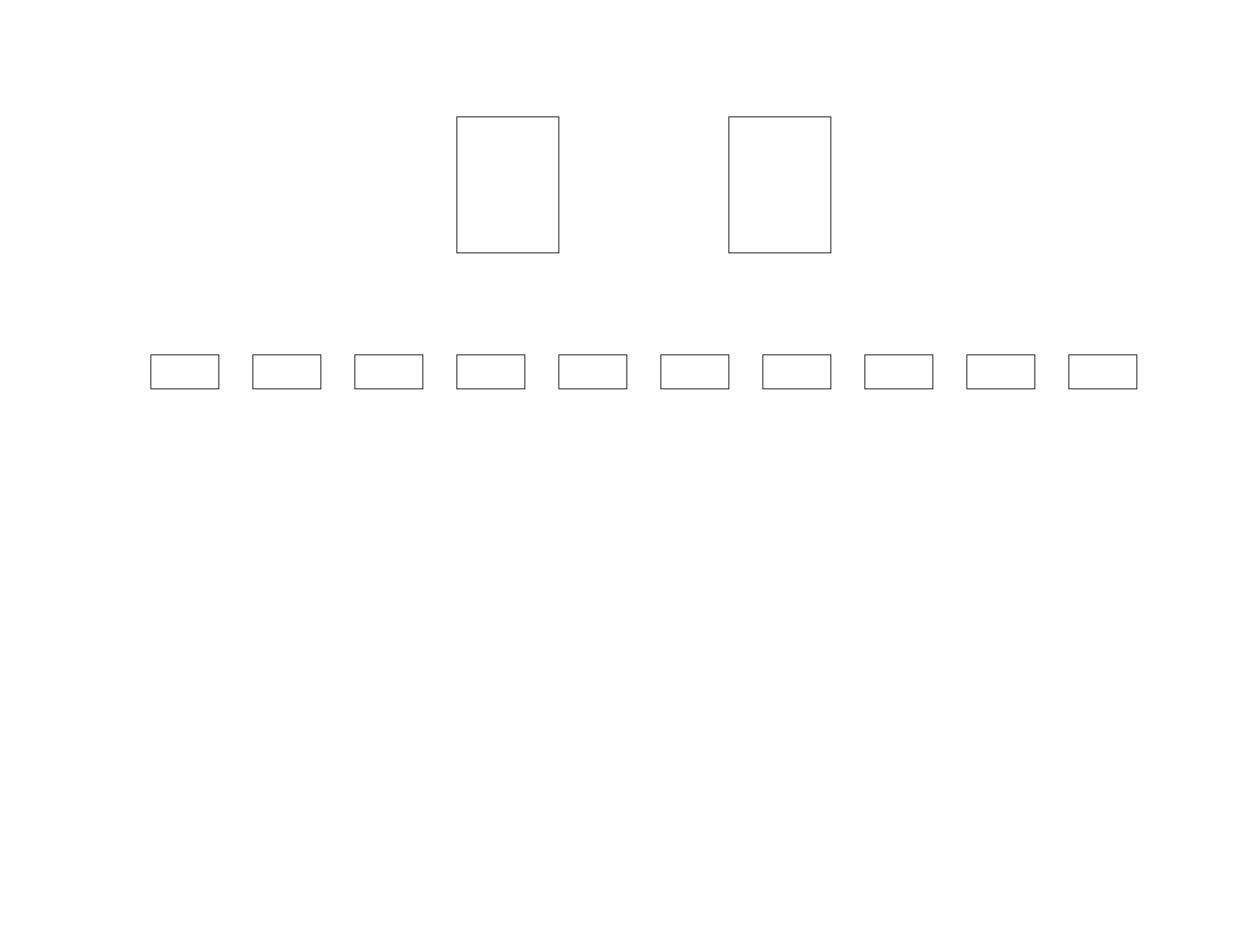
This is YanchenTopo.drawio from BEYHHH/SBLP, a draw.io file, before an edit. Source tidied: cells renumbered, new cells numbered last; positions are measured from the earlier drawing's top-left corner, leaving out a move shared by most shapes. Both pictures are drawn from the tidied source at 85%, with x=0, y=0 at pixel (150, 116).
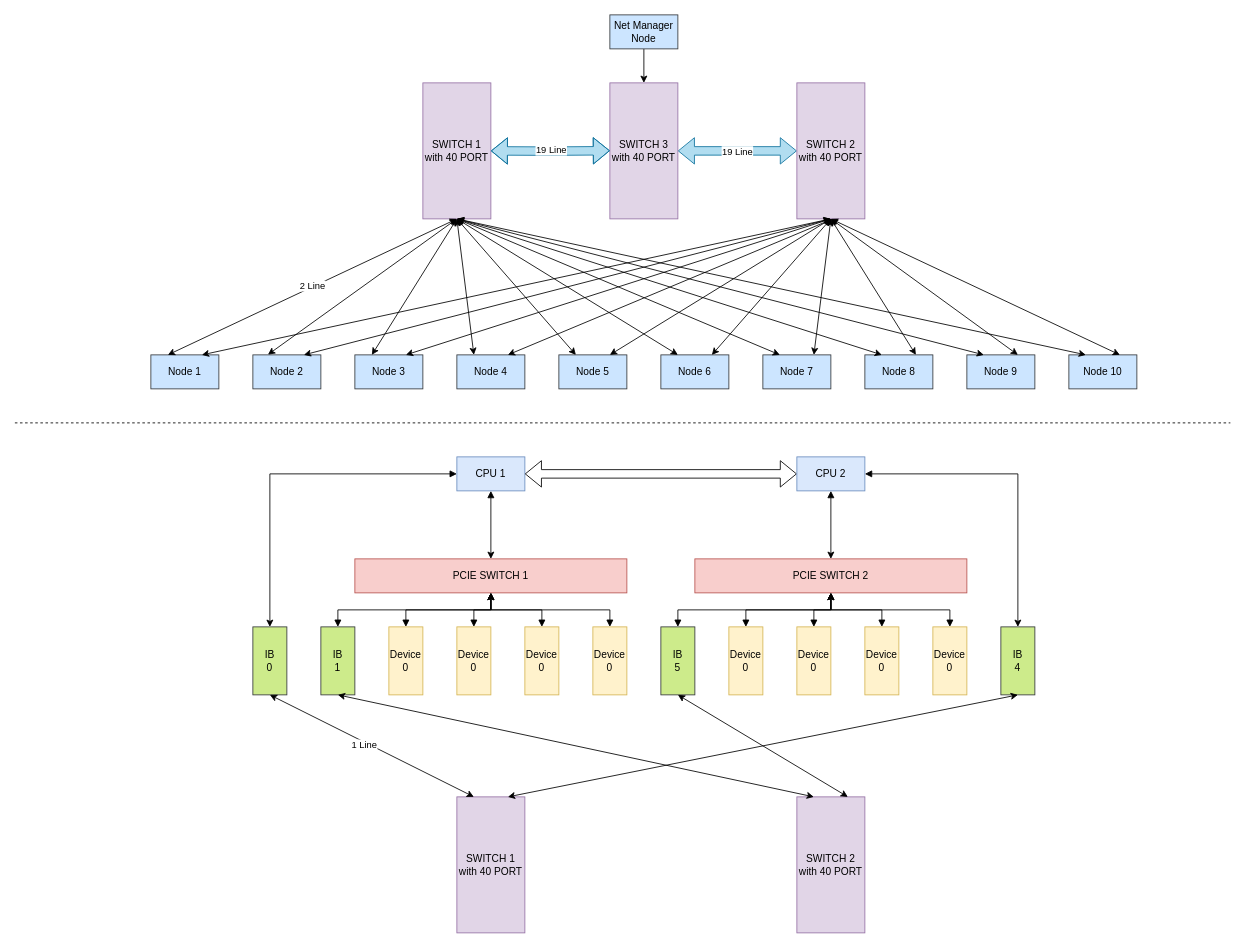
The same diagram, later.

Diff of the diagram source:
```diff
@@
-    <mxCell id="2" style="rounded=0;whiteSpace=wrap;html=1;" parent="1" vertex="1">
-      <mxGeometry x="360" width="120" height="160" as="geometry" />
+    <mxCell id="2" value="SWITCH 1&lt;br&gt;with 40 PORT" style="rounded=0;whiteSpace=wrap;html=1;fillColor=#e1d5e7;strokeColor=#9673a6;" parent="1" vertex="1">
+      <mxGeometry x="320" y="-40" width="80" height="160" as="geometry" />
     </mxCell>
+    <mxCell id="14" style="edgeStyle=orthogonalEdgeStyle;rounded=0;jettySize=auto;html=1;shape=flexArrow;startArrow=block;fillColor=#b1ddf0;strokeColor=#10739e;" parent="1" edge="1" source="3" target="35">
+      <mxGeometry relative="1" as="geometry" />
+    </mxCell>
+    <mxCell id="15" value="19 Line" style="edgeLabel;html=1;align=center;verticalAlign=middle;" parent="14" vertex="1">
+      <mxGeometry x="0.02" relative="1" as="geometry" />
+    </mxCell>
-    <mxCell id="3" style="rounded=0;whiteSpace=wrap;html=1;" parent="1" vertex="1">
-      <mxGeometry x="680" width="120" height="160" as="geometry" />
+    <mxCell id="3" value="SWITCH 2&lt;br&gt;with 40 PORT" style="rounded=0;whiteSpace=wrap;html=1;fillColor=#e1d5e7;strokeColor=#9673a6;" parent="1" vertex="1">
+      <mxGeometry x="760" y="-40" width="80" height="160" as="geometry" />
     </mxCell>
-    <mxCell id="4" style="rounded=0;whiteSpace=wrap;html=1;" parent="1" vertex="1">
+    <mxCell id="4" value="Node 3" style="rounded=0;whiteSpace=wrap;html=1;fillColor=#cce5ff;strokeColor=#36393d;" parent="1" vertex="1">
       <mxGeometry x="240" y="280" width="80" height="40" as="geometry" />
     </mxCell>
-    <mxCell id="5" style="rounded=0;whiteSpace=wrap;html=1;" parent="1" vertex="1">
+    <mxCell id="5" value="Node 4" style="rounded=0;whiteSpace=wrap;html=1;fillColor=#cce5ff;strokeColor=#36393d;" parent="1" vertex="1">
       <mxGeometry x="360" y="280" width="80" height="40" as="geometry" />
     </mxCell>
-    <mxCell id="6" style="rounded=0;whiteSpace=wrap;html=1;" parent="1" vertex="1">
+    <mxCell id="6" value="Node 5" style="rounded=0;whiteSpace=wrap;html=1;fillColor=#cce5ff;strokeColor=#36393d;" parent="1" vertex="1">
       <mxGeometry x="480" y="280" width="80" height="40" as="geometry" />
     </mxCell>
-    <mxCell id="7" style="rounded=0;whiteSpace=wrap;html=1;" parent="1" vertex="1">
+    <mxCell id="7" value="Node 6" style="rounded=0;whiteSpace=wrap;html=1;fillColor=#cce5ff;strokeColor=#36393d;" parent="1" vertex="1">
       <mxGeometry x="600" y="280" width="80" height="40" as="geometry" />
     </mxCell>
-    <mxCell id="8" style="rounded=0;whiteSpace=wrap;html=1;" parent="1" vertex="1">
+    <mxCell id="8" value="Node 8" style="rounded=0;whiteSpace=wrap;html=1;fillColor=#cce5ff;strokeColor=#36393d;" parent="1" vertex="1">
       <mxGeometry x="840" y="280" width="80" height="40" as="geometry" />
     </mxCell>
-    <mxCell id="9" style="rounded=0;whiteSpace=wrap;html=1;" parent="1" vertex="1">
+    <mxCell id="9" value="Node 7" style="rounded=0;whiteSpace=wrap;html=1;fillColor=#cce5ff;strokeColor=#36393d;" parent="1" vertex="1">
       <mxGeometry x="720" y="280" width="80" height="40" as="geometry" />
     </mxCell>
-    <mxCell id="10" style="rounded=0;whiteSpace=wrap;html=1;" parent="1" vertex="1">
+    <mxCell id="10" value="Node 2" style="rounded=0;whiteSpace=wrap;html=1;fillColor=#cce5ff;strokeColor=#36393d;" parent="1" vertex="1">
       <mxGeometry x="120" y="280" width="80" height="40" as="geometry" />
     </mxCell>
-    <mxCell id="11" style="rounded=0;whiteSpace=wrap;html=1;" parent="1" vertex="1">
+    <mxCell id="11" value="Node 1" style="rounded=0;whiteSpace=wrap;html=1;fillColor=#cce5ff;strokeColor=#36393d;" parent="1" vertex="1">
       <mxGeometry y="280" width="80" height="40" as="geometry" />
     </mxCell>
-    <mxCell id="12" style="rounded=0;whiteSpace=wrap;html=1;" parent="1" vertex="1">
+    <mxCell id="12" value="Node 9" style="rounded=0;whiteSpace=wrap;html=1;fillColor=#cce5ff;strokeColor=#36393d;" parent="1" vertex="1">
       <mxGeometry x="960" y="280" width="80" height="40" as="geometry" />
     </mxCell>
-    <mxCell id="13" style="rounded=0;whiteSpace=wrap;html=1;" parent="1" vertex="1">
+    <mxCell id="13" value="Node 10" style="rounded=0;whiteSpace=wrap;html=1;fillColor=#cce5ff;strokeColor=#36393d;" parent="1" vertex="1">
       <mxGeometry x="1080" y="280" width="80" height="40" as="geometry" />
     </mxCell>
+    <mxCell id="16" style="endArrow=classic;startArrow=classic;html=1;rounded=0;exitX=0.25;exitY=0;exitDx=0;exitDy=0;entryX=0.5;entryY=1;entryDx=0;entryDy=0;" parent="1" edge="1" source="11" target="2">
+      <mxGeometry relative="1" as="geometry" />
+    </mxCell>
+    <mxCell id="17" value="2 Line" style="edgeLabel;html=1;align=center;verticalAlign=middle;" parent="16" vertex="1">
+      <mxGeometry y="2" relative="1" as="geometry" />
+    </mxCell>
+    <mxCell id="18" style="endArrow=classic;startArrow=classic;html=1;rounded=0;entryX=0.5;entryY=1;entryDx=0;entryDy=0;exitX=0.75;exitY=0;exitDx=0;exitDy=0;" parent="1" edge="1" source="11" target="3">
+      <mxGeometry relative="1" as="geometry" />
+    </mxCell>
+    <mxCell id="19" style="endArrow=classic;startArrow=classic;html=1;rounded=0;exitX=0.222;exitY=-0.008;exitDx=0;exitDy=0;entryX=0.5;entryY=1;entryDx=0;entryDy=0;exitPerimeter=0;" parent="1" edge="1" source="10" target="2">
+      <mxGeometry relative="1" as="geometry" />
+    </mxCell>
+    <mxCell id="20" style="endArrow=classic;startArrow=classic;html=1;rounded=0;exitX=0.75;exitY=0;exitDx=0;exitDy=0;entryX=0.5;entryY=1;entryDx=0;entryDy=0;" parent="1" edge="1" source="10" target="3">
+      <mxGeometry relative="1" as="geometry" />
+    </mxCell>
+    <mxCell id="21" style="endArrow=classic;startArrow=classic;html=1;rounded=0;exitX=0.25;exitY=0;exitDx=0;exitDy=0;entryX=0.5;entryY=1;entryDx=0;entryDy=0;" parent="1" edge="1" source="4" target="2">
+      <mxGeometry relative="1" as="geometry" />
+    </mxCell>
+    <mxCell id="22" style="endArrow=classic;startArrow=classic;html=1;rounded=0;exitX=0.75;exitY=0;exitDx=0;exitDy=0;entryX=0.5;entryY=1;entryDx=0;entryDy=0;" parent="1" edge="1" source="4" target="3">
+      <mxGeometry relative="1" as="geometry" />
+    </mxCell>
+    <mxCell id="23" style="endArrow=classic;startArrow=classic;html=1;rounded=0;exitX=0.25;exitY=0;exitDx=0;exitDy=0;entryX=0.5;entryY=1;entryDx=0;entryDy=0;" parent="1" edge="1" source="5" target="2">
+      <mxGeometry relative="1" as="geometry" />
+    </mxCell>
+    <mxCell id="24" style="endArrow=classic;startArrow=classic;html=1;rounded=0;exitX=0.75;exitY=0;exitDx=0;exitDy=0;entryX=0.52;entryY=1.002;entryDx=0;entryDy=0;entryPerimeter=0;" parent="1" edge="1" source="5" target="3">
+      <mxGeometry relative="1" as="geometry" />
+    </mxCell>
+    <mxCell id="25" style="endArrow=classic;startArrow=classic;html=1;rounded=0;exitX=0.25;exitY=0;exitDx=0;exitDy=0;entryX=0.5;entryY=1;entryDx=0;entryDy=0;" parent="1" edge="1" source="6" target="2">
+      <mxGeometry relative="1" as="geometry" />
+    </mxCell>
+    <mxCell id="26" style="endArrow=classic;startArrow=classic;html=1;rounded=0;exitX=0.75;exitY=0;exitDx=0;exitDy=0;entryX=0.5;entryY=1;entryDx=0;entryDy=0;" parent="1" edge="1" source="6" target="3">
+      <mxGeometry relative="1" as="geometry" />
+    </mxCell>
+    <mxCell id="27" style="endArrow=classic;startArrow=classic;html=1;rounded=0;exitX=0.75;exitY=0;exitDx=0;exitDy=0;entryX=0.5;entryY=1;entryDx=0;entryDy=0;" parent="1" edge="1" source="7" target="3">
+      <mxGeometry relative="1" as="geometry" />
+    </mxCell>
+    <mxCell id="28" style="endArrow=classic;startArrow=classic;html=1;rounded=0;exitX=0.25;exitY=0;exitDx=0;exitDy=0;entryX=0.5;entryY=1;entryDx=0;entryDy=0;" parent="1" edge="1" source="7" target="2">
+      <mxGeometry relative="1" as="geometry" />
+    </mxCell>
+    <mxCell id="29" style="endArrow=classic;startArrow=classic;html=1;rounded=0;exitX=0.75;exitY=0;exitDx=0;exitDy=0;entryX=0.5;entryY=1;entryDx=0;entryDy=0;" parent="1" edge="1" source="9" target="3">
+      <mxGeometry relative="1" as="geometry" />
+    </mxCell>
+    <mxCell id="30" style="endArrow=classic;startArrow=classic;html=1;rounded=0;exitX=0.75;exitY=0;exitDx=0;exitDy=0;entryX=0.5;entryY=1;entryDx=0;entryDy=0;" parent="1" edge="1" source="8" target="3">
+      <mxGeometry relative="1" as="geometry" />
+    </mxCell>
+    <mxCell id="31" style="endArrow=classic;startArrow=classic;html=1;rounded=0;exitX=0.25;exitY=0;exitDx=0;exitDy=0;entryX=0.5;entryY=1;entryDx=0;entryDy=0;" parent="1" edge="1" source="9" target="2">
+      <mxGeometry relative="1" as="geometry" />
+    </mxCell>
+    <mxCell id="32" style="endArrow=classic;startArrow=classic;html=1;rounded=0;exitX=0.25;exitY=0;exitDx=0;exitDy=0;entryX=0.5;entryY=1;entryDx=0;entryDy=0;" parent="1" edge="1" source="12" target="2">
+      <mxGeometry relative="1" as="geometry" />
+    </mxCell>
+    <mxCell id="33" style="endArrow=classic;startArrow=classic;html=1;rounded=0;exitX=0.25;exitY=0;exitDx=0;exitDy=0;entryX=0.5;entryY=1;entryDx=0;entryDy=0;" parent="1" edge="1" source="8" target="2">
+      <mxGeometry relative="1" as="geometry" />
+    </mxCell>
+    <mxCell id="34" style="endArrow=classic;startArrow=classic;html=1;rounded=0;exitX=0.75;exitY=0;exitDx=0;exitDy=0;entryX=0.5;entryY=1;entryDx=0;entryDy=0;" parent="1" edge="1" source="12" target="3">
+      <mxGeometry relative="1" as="geometry" />
+    </mxCell>
+    <mxCell id="35" value="SWITCH 3&lt;br&gt;with 40 PORT" style="rounded=0;whiteSpace=wrap;html=1;fillColor=#e1d5e7;strokeColor=#9673a6;" parent="1" vertex="1">
+      <mxGeometry x="540" y="-40" width="80" height="160" as="geometry" />
+    </mxCell>
+    <mxCell id="36" style="edgeStyle=orthogonalEdgeStyle;rounded=0;jettySize=auto;html=1;shape=flexArrow;startArrow=block;entryX=1;entryY=0.5;entryDx=0;entryDy=0;fillColor=#b1ddf0;strokeColor=#10739e;" parent="1" edge="1" target="2">
+      <mxGeometry relative="1" as="geometry">
+        <mxPoint x="540" y="39.8" as="sourcePoint" />
+      </mxGeometry>
+    </mxCell>
+    <mxCell id="37" value="19 Line" style="edgeLabel;html=1;align=center;verticalAlign=middle;" parent="36" vertex="1">
+      <mxGeometry x="-0.01" y="-2" relative="1" as="geometry" />
+    </mxCell>
+    <mxCell id="38" style="endArrow=classic;startArrow=classic;html=1;rounded=0;exitX=0.75;exitY=0;exitDx=0;exitDy=0;entryX=0.5;entryY=1;entryDx=0;entryDy=0;" parent="1" edge="1" source="13" target="3">
+      <mxGeometry relative="1" as="geometry" />
+    </mxCell>
+    <mxCell id="39" style="endArrow=classic;startArrow=classic;html=1;rounded=0;exitX=0.25;exitY=0;exitDx=0;exitDy=0;entryX=0.5;entryY=1;entryDx=0;entryDy=0;" parent="1" edge="1" source="13" target="2">
+      <mxGeometry relative="1" as="geometry" />
+    </mxCell>
+    <mxCell id="40" style="edgeStyle=orthogonalEdgeStyle;rounded=0;jettySize=auto;html=1;startArrow=block;startFill=1;" parent="1" edge="1" source="41" target="45">
+      <mxGeometry relative="1" as="geometry" />
+    </mxCell>
+    <mxCell id="41" value="CPU 1" style="rounded=0;whiteSpace=wrap;html=1;fillColor=#dae8fc;strokeColor=#6c8ebf;" parent="1" vertex="1">
+      <mxGeometry x="360" y="400" width="80" height="40" as="geometry" />
+    </mxCell>
+    <mxCell id="42" style="edgeStyle=orthogonalEdgeStyle;rounded=0;jettySize=auto;html=1;shape=flexArrow;endArrow=block;startArrow=block;" parent="1" edge="1" source="44" target="41">
+      <mxGeometry relative="1" as="geometry" />
+    </mxCell>
+    <mxCell id="43" style="edgeStyle=orthogonalEdgeStyle;rounded=0;jettySize=auto;html=1;startArrow=block;startFill=1;" parent="1" edge="1" source="44" target="46">
+      <mxGeometry relative="1" as="geometry" />
+    </mxCell>
+    <mxCell id="44" value="CPU 2" style="rounded=0;whiteSpace=wrap;html=1;fillColor=#dae8fc;strokeColor=#6c8ebf;" parent="1" vertex="1">
+      <mxGeometry x="760" y="400" width="80" height="40" as="geometry" />
+    </mxCell>
+    <mxCell id="45" value="PCIE SWITCH 1" style="rounded=0;whiteSpace=wrap;html=1;fillColor=#f8cecc;strokeColor=#b85450;" parent="1" vertex="1">
+      <mxGeometry x="240" y="520" width="320" height="40" as="geometry" />
+    </mxCell>
+    <mxCell id="46" value="PCIE SWITCH 2" style="rounded=0;whiteSpace=wrap;html=1;fillColor=#f8cecc;strokeColor=#b85450;" parent="1" vertex="1">
+      <mxGeometry x="640" y="520" width="320" height="40" as="geometry" />
+    </mxCell>
+    <mxCell id="47" style="edgeStyle=orthogonalEdgeStyle;rounded=0;jettySize=auto;html=1;startArrow=block;startFill=1;" parent="1" edge="1" source="48" target="45">
+      <mxGeometry relative="1" as="geometry" />
+    </mxCell>
+    <mxCell id="48" value="Device 0" style="rounded=0;whiteSpace=wrap;html=1;fillColor=#fff2cc;strokeColor=#d6b656;" parent="1" vertex="1">
+      <mxGeometry x="280" y="600" width="40" height="80" as="geometry" />
+    </mxCell>
+    <mxCell id="49" style="edgeStyle=orthogonalEdgeStyle;rounded=0;jettySize=auto;html=1;startArrow=block;startFill=1;" parent="1" edge="1" source="50" target="45">
+      <mxGeometry relative="1" as="geometry" />
+    </mxCell>
+    <mxCell id="50" value="Device 0" style="rounded=0;whiteSpace=wrap;html=1;fillColor=#fff2cc;strokeColor=#d6b656;" parent="1" vertex="1">
+      <mxGeometry x="360" y="600" width="40" height="80" as="geometry" />
+    </mxCell>
+    <mxCell id="51" style="edgeStyle=orthogonalEdgeStyle;rounded=0;jettySize=auto;html=1;startArrow=block;startFill=1;" parent="1" edge="1" source="52" target="45">
+      <mxGeometry relative="1" as="geometry" />
+    </mxCell>
+    <mxCell id="52" value="Device 0" style="rounded=0;whiteSpace=wrap;html=1;fillColor=#fff2cc;strokeColor=#d6b656;" parent="1" vertex="1">
+      <mxGeometry x="440" y="600" width="40" height="80" as="geometry" />
+    </mxCell>
+    <mxCell id="53" style="edgeStyle=orthogonalEdgeStyle;rounded=0;jettySize=auto;html=1;startArrow=block;startFill=1;" parent="1" edge="1" source="54" target="45">
+      <mxGeometry relative="1" as="geometry" />
+    </mxCell>
+    <mxCell id="54" value="Device 0" style="rounded=0;whiteSpace=wrap;html=1;fillColor=#fff2cc;strokeColor=#d6b656;" parent="1" vertex="1">
+      <mxGeometry x="520" y="600" width="40" height="80" as="geometry" />
+    </mxCell>
+    <mxCell id="55" style="edgeStyle=orthogonalEdgeStyle;rounded=0;jettySize=auto;html=1;startArrow=block;startFill=1;" parent="1" edge="1" source="56" target="45">
+      <mxGeometry relative="1" as="geometry" />
+    </mxCell>
+    <mxCell id="56" value="IB&lt;br&gt;1" style="rounded=0;whiteSpace=wrap;html=1;fillColor=#cdeb8b;strokeColor=#36393d;" parent="1" vertex="1">
+      <mxGeometry x="200" y="600" width="40" height="80" as="geometry" />
+    </mxCell>
+    <mxCell id="57" style="edgeStyle=orthogonalEdgeStyle;rounded=0;jettySize=auto;html=1;startArrow=block;startFill=1;" parent="1" edge="1" source="58" target="46">
+      <mxGeometry relative="1" as="geometry" />
+    </mxCell>
+    <mxCell id="58" value="Device 0" style="rounded=0;whiteSpace=wrap;html=1;fillColor=#fff2cc;strokeColor=#d6b656;" parent="1" vertex="1">
+      <mxGeometry x="680" y="600" width="40" height="80" as="geometry" />
+    </mxCell>
+    <mxCell id="59" style="edgeStyle=orthogonalEdgeStyle;rounded=0;jettySize=auto;html=1;startArrow=block;startFill=1;" parent="1" edge="1" source="60" target="46">
+      <mxGeometry relative="1" as="geometry" />
+    </mxCell>
+    <mxCell id="60" value="Device 0" style="rounded=0;whiteSpace=wrap;html=1;fillColor=#fff2cc;strokeColor=#d6b656;" parent="1" vertex="1">
+      <mxGeometry x="760" y="600" width="40" height="80" as="geometry" />
+    </mxCell>
+    <mxCell id="61" style="edgeStyle=orthogonalEdgeStyle;rounded=0;jettySize=auto;html=1;startArrow=block;startFill=1;" parent="1" edge="1" source="62" target="46">
+      <mxGeometry relative="1" as="geometry" />
+    </mxCell>
+    <mxCell id="62" value="Device 0" style="rounded=0;whiteSpace=wrap;html=1;fillColor=#fff2cc;strokeColor=#d6b656;" parent="1" vertex="1">
+      <mxGeometry x="840" y="600" width="40" height="80" as="geometry" />
+    </mxCell>
+    <mxCell id="63" style="edgeStyle=orthogonalEdgeStyle;rounded=0;jettySize=auto;html=1;startArrow=block;startFill=1;" parent="1" edge="1" source="64" target="46">
+      <mxGeometry relative="1" as="geometry" />
+    </mxCell>
+    <mxCell id="64" value="Device 0" style="rounded=0;whiteSpace=wrap;html=1;fillColor=#fff2cc;strokeColor=#d6b656;" parent="1" vertex="1">
+      <mxGeometry x="920" y="600" width="40" height="80" as="geometry" />
+    </mxCell>
+    <mxCell id="65" style="edgeStyle=orthogonalEdgeStyle;rounded=0;jettySize=auto;html=1;startArrow=block;startFill=1;" parent="1" edge="1" source="66" target="46">
+      <mxGeometry relative="1" as="geometry" />
+    </mxCell>
+    <mxCell id="66" value="IB&lt;br&gt;5" style="rounded=0;whiteSpace=wrap;html=1;fillColor=#cdeb8b;strokeColor=#36393d;" parent="1" vertex="1">
+      <mxGeometry x="600" y="600" width="40" height="80" as="geometry" />
+    </mxCell>
+    <mxCell id="67" value="IB&lt;br&gt;0" style="rounded=0;whiteSpace=wrap;html=1;fillColor=#cdeb8b;strokeColor=#36393d;" parent="1" vertex="1">
+      <mxGeometry x="120" y="600" width="40" height="80" as="geometry" />
+    </mxCell>
+    <mxCell id="68" style="edgeStyle=orthogonalEdgeStyle;rounded=0;jettySize=auto;html=1;exitX=0;exitY=0.5;exitDx=0;exitDy=0;entryX=0.5;entryY=0;entryDx=0;entryDy=0;startArrow=block;startFill=1;" parent="1" edge="1" source="41" target="67">
+      <mxGeometry relative="1" as="geometry" />
+    </mxCell>
+    <mxCell id="69" value="IB&lt;br&gt;4" style="rounded=0;whiteSpace=wrap;html=1;fillColor=#cdeb8b;strokeColor=#36393d;" parent="1" vertex="1">
+      <mxGeometry x="1000" y="600" width="40" height="80" as="geometry" />
+    </mxCell>
+    <mxCell id="70" style="edgeStyle=orthogonalEdgeStyle;rounded=0;jettySize=auto;html=1;exitX=1;exitY=0.5;exitDx=0;exitDy=0;entryX=0.5;entryY=0;entryDx=0;entryDy=0;startArrow=block;startFill=1;" parent="1" edge="1" source="44" target="69">
+      <mxGeometry relative="1" as="geometry" />
+    </mxCell>
+    <mxCell id="71" value="SWITCH 1&lt;br&gt;with 40 PORT" style="rounded=0;whiteSpace=wrap;html=1;fillColor=#e1d5e7;strokeColor=#9673a6;" parent="1" vertex="1">
+      <mxGeometry x="360" y="800" width="80" height="160" as="geometry" />
+    </mxCell>
+    <mxCell id="72" value="SWITCH 2&lt;br&gt;with 40 PORT" style="rounded=0;whiteSpace=wrap;html=1;fillColor=#e1d5e7;strokeColor=#9673a6;" parent="1" vertex="1">
+      <mxGeometry x="760" y="800" width="80" height="160" as="geometry" />
+    </mxCell>
+    <mxCell id="73" style="endArrow=classic;startArrow=classic;html=1;rounded=0;exitX=0.5;exitY=1;exitDx=0;exitDy=0;entryX=0.25;entryY=0;entryDx=0;entryDy=0;" parent="1" edge="1" source="67" target="71">
+      <mxGeometry relative="1" as="geometry" />
+    </mxCell>
+    <mxCell id="74" value="1 Line" style="edgeLabel;html=1;align=center;verticalAlign=middle;" parent="73" vertex="1">
+      <mxGeometry x="-0.07" y="-3" relative="1" as="geometry" />
+    </mxCell>
+    <mxCell id="75" style="endArrow=classic;startArrow=classic;html=1;rounded=0;exitX=0.5;exitY=1;exitDx=0;exitDy=0;entryX=0.75;entryY=0;entryDx=0;entryDy=0;" parent="1" edge="1" source="69" target="71">
+      <mxGeometry relative="1" as="geometry" />
+    </mxCell>
+    <mxCell id="76" style="endArrow=classic;startArrow=classic;html=1;rounded=0;exitX=0.5;exitY=1;exitDx=0;exitDy=0;entryX=0.25;entryY=0;entryDx=0;entryDy=0;" parent="1" edge="1" source="56" target="72">
+      <mxGeometry relative="1" as="geometry" />
+    </mxCell>
+    <mxCell id="77" style="endArrow=classic;startArrow=classic;html=1;rounded=0;exitX=0.5;exitY=1;exitDx=0;exitDy=0;entryX=0.75;entryY=0;entryDx=0;entryDy=0;" parent="1" edge="1" source="66" target="72">
+      <mxGeometry relative="1" as="geometry" />
+    </mxCell>
+    <mxCell id="78" style="endArrow=none;dashed=1;html=1;rounded=0;" parent="1" edge="1">
+      <mxGeometry relative="1" as="geometry">
+        <mxPoint x="-160" y="360" as="sourcePoint" />
+        <mxPoint x="1270" y="360" as="targetPoint" />
+      </mxGeometry>
+    </mxCell>
+    <mxCell id="79" style="edgeStyle=orthogonalEdgeStyle;rounded=0;jettySize=auto;html=1;" parent="1" edge="1" source="80" target="35">
+      <mxGeometry relative="1" as="geometry" />
+    </mxCell>
+    <mxCell id="80" value="Net Manager&lt;br&gt;Node" style="rounded=0;whiteSpace=wrap;html=1;fillColor=#cce5ff;strokeColor=#36393d;" parent="1" vertex="1">
+      <mxGeometry x="540" y="-120" width="80" height="40" as="geometry" />
+    </mxCell>
```
